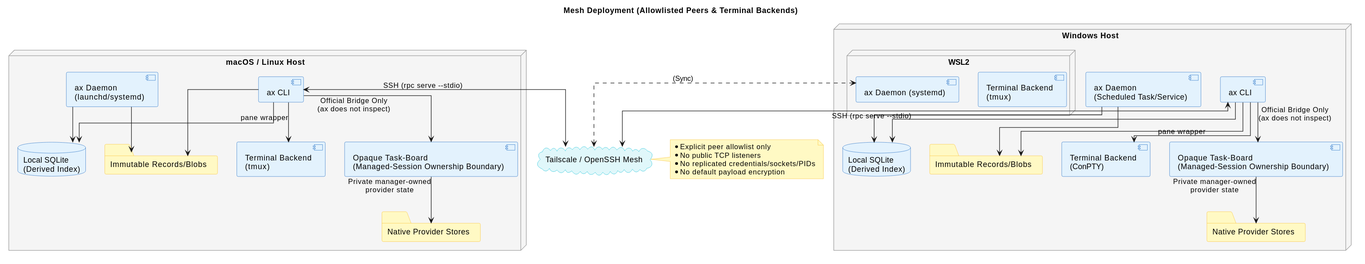
The PlantUML diagram diagrams/artefacts/mesh_deployment.svg in relux-works/agent-session-manager-spec, before a commit. Source of this version:
```plantuml
@startuml
skinparam BackgroundColor #FFFFFF
skinparam node {
    BackgroundColor #F5F5F5
    BorderColor #9E9E9E
    FontColor #000000
}
skinparam component {
    BackgroundColor #E3F2FD
    BorderColor #1565C0
    FontColor #000000
}
skinparam database {
    BackgroundColor #E3F2FD
    BorderColor #1565C0
    FontColor #000000
}
skinparam folder {
    BackgroundColor #FFF9C4
    BorderColor #FBC02D
    FontColor #000000
}
skinparam cloud {
    BackgroundColor #E0F7FA
    BorderColor #00BCD4
    FontColor #000000
}
skinparam note {
    BackgroundColor #FFF9C4
    BorderColor #FBC02D
    FontColor #000000
}
skinparam linetype ortho
top to bottom direction

title Mesh Deployment (Allowlisted Peers & Terminal Backends)

node "macOS / Linux Host" as UnixHost {
    component "ax Daemon\n(launchd/systemd)" as UnixDaemon
    component "ax CLI" as UnixCli
    database "Local SQLite\n(Derived Index)" as UnixSqlite
    folder "Immutable Records/Blobs" as UnixStore
    folder "Native Provider Stores" as UnixNative

    component "Terminal Backend\n(tmux)" as UnixTmux
    component "Opaque Task-Board\n(Managed-Session Ownership Boundary)" as UnixTb

    UnixCli --> UnixSqlite
    UnixCli --> UnixStore
    UnixDaemon --> UnixSqlite
    UnixDaemon --> UnixStore
    UnixCli --> UnixTmux : pane wrapper
    UnixCli --> UnixTb : Official Bridge Only\n(ax does not inspect)
    UnixTb --> UnixNative : Private manager-owned\nprovider state
}

node "Windows Host" as WinHost {
    node "WSL2" as Wsl2 {
        component "ax Daemon (systemd)" as WslDaemon
        component "Terminal Backend\n(tmux)" as WslTmux
    }

    component "ax Daemon\n(Scheduled Task/Service)" as WinDaemon
    component "ax CLI" as WinCli
    database "Local SQLite\n(Derived Index)" as WinSqlite
    folder "Immutable Records/Blobs" as WinStore
    folder "Native Provider Stores" as WinNative

    component "Terminal Backend\n(ConPTY)" as WinPty
    component "Opaque Task-Board\n(Managed-Session Ownership Boundary)" as WinTb

    WinCli --> WinSqlite
    WinCli --> WinStore
    WinDaemon --> WinSqlite
    WinDaemon --> WinStore
    WinCli --> WinPty : pane wrapper
    WinCli --> WinTb : Official Bridge Only\n(ax does not inspect)
    WinTb --> WinNative : Private manager-owned\nprovider state
}

cloud "Tailscale / OpenSSH Mesh" as Mesh

UnixCli <--> Mesh : SSH (rpc serve --stdio)
WinCli <--> Mesh : SSH (rpc serve --stdio)
WslDaemon <..> Mesh : (Sync)

note right of Mesh
  * Explicit peer allowlist only
  * No public TCP listeners
  * No replicated credentials/sockets/PIDs
  * No default payload encryption
end note
@enduml
```
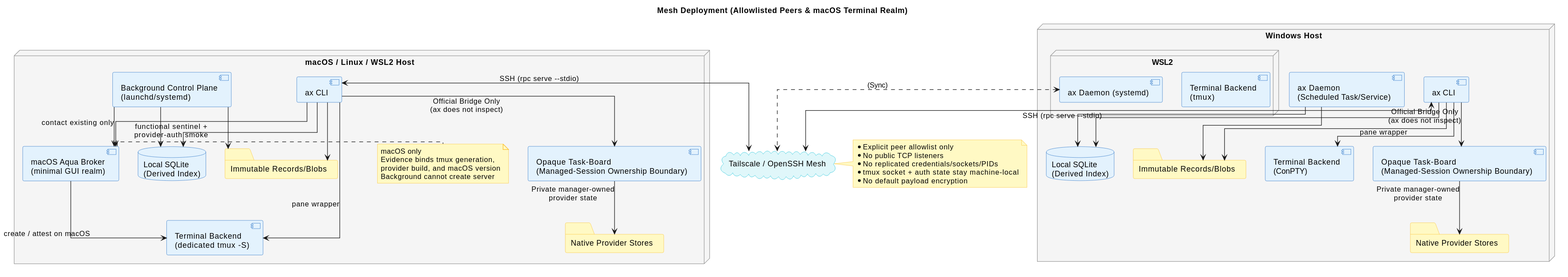
The same diagram one commit later.

Diff of the diagram source:
```diff
@@ -33,16 +33,17 @@
 skinparam linetype ortho
 top to bottom direction
 
-title Mesh Deployment (Allowlisted Peers & Terminal Backends)
+title Mesh Deployment (Allowlisted Peers & macOS Terminal Realm)
 
-node "macOS / Linux Host" as UnixHost {
-    component "ax Daemon\n(launchd/systemd)" as UnixDaemon
+node "macOS / Linux / WSL2 Host" as UnixHost {
+    component "Background Control Plane\n(launchd/systemd)" as UnixDaemon
     component "ax CLI" as UnixCli
+    component "macOS Aqua Broker\n(minimal GUI realm)" as AquaBroker
     database "Local SQLite\n(Derived Index)" as UnixSqlite
     folder "Immutable Records/Blobs" as UnixStore
     folder "Native Provider Stores" as UnixNative
 
-    component "Terminal Backend\n(tmux)" as UnixTmux
+    component "Terminal Backend\n(dedicated tmux -S)" as UnixTmux
     component "Opaque Task-Board\n(Managed-Session Ownership Boundary)" as UnixTb
 
     UnixCli --> UnixSqlite
@@ -50,8 +51,17 @@
     UnixDaemon --> UnixSqlite
     UnixDaemon --> UnixStore
     UnixCli --> UnixTmux : pane wrapper
+    UnixCli --> AquaBroker : functional sentinel +\nprovider-auth smoke
+    UnixDaemon --> AquaBroker : contact existing only
+    AquaBroker --> UnixTmux : create / attest on macOS
     UnixCli --> UnixTb : Official Bridge Only\n(ax does not inspect)
     UnixTb --> UnixNative : Private manager-owned\nprovider state
+    note right of AquaBroker
+      macOS only
+      Evidence binds tmux generation,
+      provider build, and macOS version
+      Background cannot create server
+    end note
 }
 
 node "Windows Host" as WinHost {
@@ -88,6 +98,7 @@
   * Explicit peer allowlist only
   * No public TCP listeners
   * No replicated credentials/sockets/PIDs
+  * tmux socket + auth state stay machine-local
   * No default payload encryption
 end note
 @enduml
```
